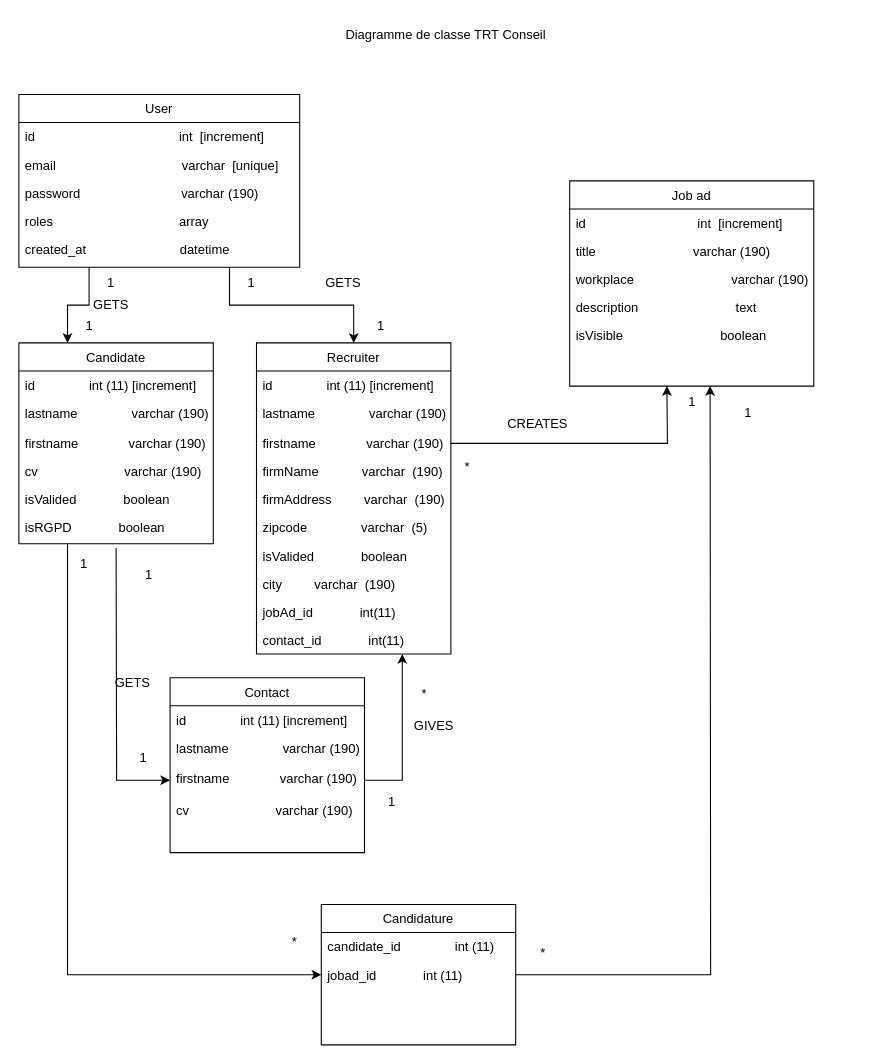
This is TRT Conseil/diag_de_classe_trt.drawio from cyrisa02/diagrammes-UML, a draw.io file, before an edit. Source tidied: cells renumbered, new cells numbered last; positions are measured from the earlier drawing's top-left corner, leaving out a move shared by most shapes. Both pictures are drawn from the tidied source at 108%, with x=0, y=0 at pixel (18, 18).
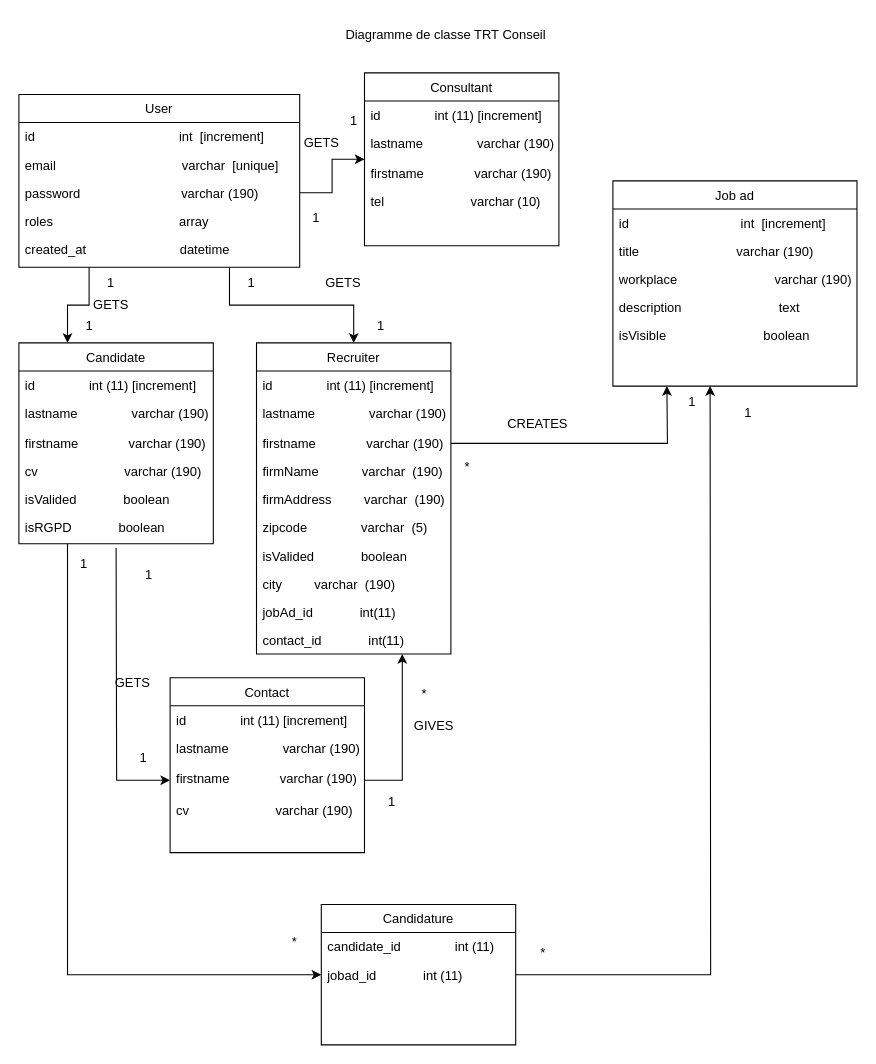
Above is the later version.

Unchanged cells that the change refers to:
```xml
<mxCell id="7" value="password                            varchar (190)" style="text;align=left;verticalAlign=top;spacingLeft=4;spacingRight=4;overflow=hidden;points=[[0,0.5],[1,0.5]];portConstraint=eastwest;" parent="4" vertex="1">
  <mxGeometry y="78" width="260" height="26" as="geometry" />
</mxCell>
```

Change to the diagram source:
```diff
@@
     <mxCell id="10" value="Job ad" style="swimlane;fontStyle=0;align=center;verticalAlign=top;horizontal=1;startSize=26;rounded=0;shadow=0;strokeWidth=1;" parent="1" vertex="1">
-      <mxGeometry x="510" y="150" width="226" height="190" as="geometry" />
+      <mxGeometry x="550" y="150" width="226" height="190" as="geometry" />
     </mxCell>
@@
+    <mxCell id="67" value="Consultant" style="swimlane;fontStyle=0;align=center;verticalAlign=top;horizontal=1;startSize=26;rounded=0;shadow=0;strokeWidth=1;" parent="1" vertex="1">
+      <mxGeometry x="320" y="50" width="180" height="160" as="geometry" />
+    </mxCell>
+    <mxCell id="68" value="id               int (11) [increment]" style="text;align=left;verticalAlign=top;spacingLeft=4;spacingRight=4;overflow=hidden;" parent="67" vertex="1">
+      <mxGeometry y="26" width="180" height="26" as="geometry" />
+    </mxCell>
+    <mxCell id="69" value="lastname               varchar (190)" style="text;align=left;verticalAlign=top;spacingLeft=4;spacingRight=4;overflow=hidden;" parent="67" vertex="1">
+      <mxGeometry y="52" width="180" height="28" as="geometry" />
+    </mxCell>
+    <mxCell id="70" value="firstname              varchar (190)" style="text;align=left;verticalAlign=top;spacingLeft=4;spacingRight=4;overflow=hidden;" parent="67" vertex="1">
+      <mxGeometry y="80" width="180" height="26" as="geometry" />
+    </mxCell>
+    <mxCell id="71" value="tel                        varchar (10)" style="text;align=left;verticalAlign=top;spacingLeft=4;spacingRight=4;overflow=hidden;" parent="67" vertex="1">
+      <mxGeometry y="106" width="180" height="26" as="geometry" />
+    </mxCell>
+    <mxCell id="72" style="edgeStyle=orthogonalEdgeStyle;rounded=0;jettySize=auto;html=1;exitX=1;exitY=0.5;exitDx=0;exitDy=0;entryX=0;entryY=0.5;entryDx=0;entryDy=0;" parent="1" edge="1" source="7" target="67">
+      <mxGeometry relative="1" as="geometry" />
+    </mxCell>
+    <mxCell id="73" value="1" style="text;html=1;align=center;verticalAlign=middle;fillColor=none;strokeColor=none;rounded=0;" parent="1" vertex="1">
+      <mxGeometry x="260" y="170" width="30" height="30" as="geometry" />
+    </mxCell>
+    <mxCell id="74" value="1" style="text;html=1;align=center;verticalAlign=middle;fillColor=none;strokeColor=none;rounded=0;" parent="1" vertex="1">
+      <mxGeometry x="295" y="80" width="30" height="30" as="geometry" />
+    </mxCell>
+    <mxCell id="75" value="GETS" style="text;html=1;align=center;verticalAlign=middle;fillColor=none;strokeColor=none;rounded=0;" parent="1" vertex="1">
+      <mxGeometry x="250" y="100" width="60" height="30" as="geometry" />
+    </mxCell>
```
